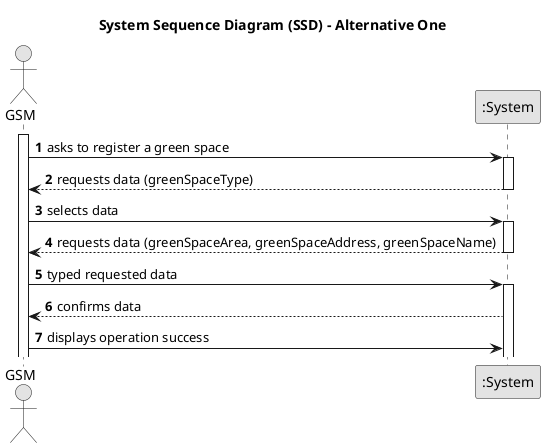
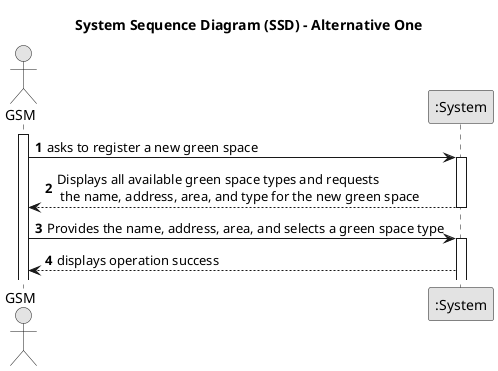
@startuml
skinparam monochrome true
skinparam packageStyle rectangle
skinparam shadowing false

title System Sequence Diagram (SSD) - Alternative One

autonumber

actor "GSM" as Manager
participant ":System" as System

activate Manager

-     Manager -> System : asks to register a green space
-     activate System
- 
-         System --> Manager : requests data (greenSpaceType)
-     deactivate System
- 
-    Manager  -> System : selects data
+     Manager -> System : asks to register a new green space
    activate System


-     System --> Manager  : requests data (greenSpaceArea, greenSpaceAddress, greenSpaceName)
+     System --> Manager  : Displays all available green space types and requests\n the name, address, area, and type for the new green space
        deactivate System

-         Manager  -> System : typed requested data
+         Manager  -> System :Provides the name, address, area, and selects a green space type
        activate System

-      System --> Manager : confirms data

-        Manager  -> System : displays operation success
+        System  --> Manager : displays operation success


@enduml
